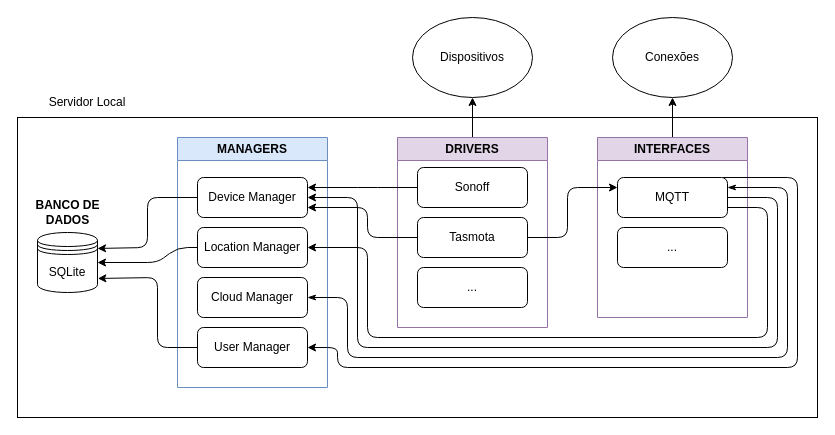
VictorAlicino/tcc_1 keeps this draw.io diagram as architecture/opus_2.drawio. Above is the earlier version. Source tidied: cells renumbered, new cells numbered last; positions are measured from the earlier drawing's top-left corner, leaving out a move shared by most shapes. Both pictures are drawn from the tidied source at 100%, with x=0, y=0 at pixel (17, 17).
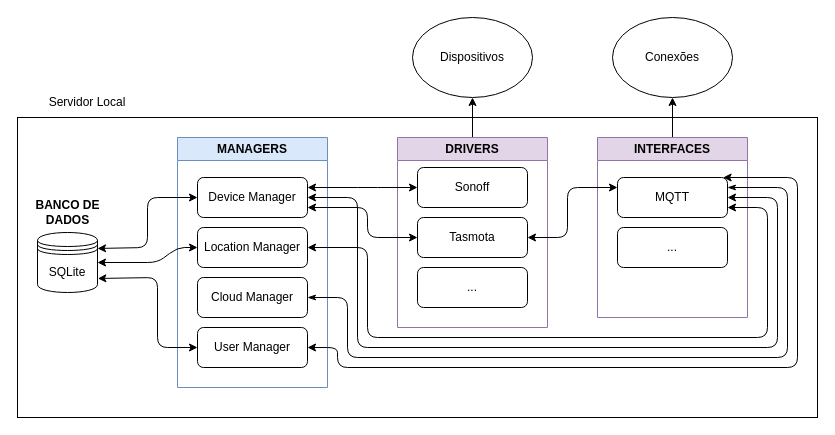
Above is the later version.

Unchanged cells that the change refers to:
```xml
<mxCell id="5" value="Location Manager" style="rounded=1;whiteSpace=wrap;html=1;" parent="4" vertex="1">
  <mxGeometry x="20" y="90" width="110" height="40" as="geometry" />
</mxCell>
<mxCell id="6" value="Device Manager" style="rounded=1;whiteSpace=wrap;html=1;" parent="4" vertex="1">
  <mxGeometry x="20" y="40" width="110" height="40" as="geometry" />
</mxCell>
<mxCell id="8" value="User Manager" style="rounded=1;whiteSpace=wrap;html=1;" parent="4" vertex="1">
  <mxGeometry x="20" y="190" width="110" height="40" as="geometry" />
</mxCell>
<mxCell id="9" value="SQLite" style="shape=datastore;whiteSpace=wrap;html=1;" parent="1" vertex="1">
  <mxGeometry x="20" y="215" width="60" height="60" as="geometry" />
</mxCell>
<mxCell id="12" value="MQTT" style="rounded=1;whiteSpace=wrap;html=1;" parent="11" vertex="1">
  <mxGeometry x="20" y="40" width="110" height="40" as="geometry" />
</mxCell>
<mxCell id="16" value="Sonoff" style="rounded=1;whiteSpace=wrap;html=1;" parent="15" vertex="1">
  <mxGeometry x="20" y="30" width="110" height="40" as="geometry" />
</mxCell>
<mxCell id="17" value="Tasmota" style="rounded=1;whiteSpace=wrap;html=1;" parent="15" vertex="1">
  <mxGeometry x="20" y="80" width="110" height="40" as="geometry" />
</mxCell>
```

The edit, as a diff of the source:
```diff
@@
-    <mxCell id="19" style="edgeStyle=none;html=1;entryX=1.001;entryY=0.266;entryDx=0;entryDy=0;entryPerimeter=0;" parent="1" edge="1" source="6" target="9">
+    <mxCell id="19" style="edgeStyle=none;html=1;entryX=1.001;entryY=0.266;entryDx=0;entryDy=0;entryPerimeter=0;startArrow=classic;startFill=1;" parent="1" edge="1" source="6" target="9">
       <mxGeometry relative="1" as="geometry">
         <Array as="points">
           <mxPoint x="130" y="180" />
           <mxPoint x="130" y="230" />
         </Array>
       </mxGeometry>
     </mxCell>
-    <mxCell id="20" style="edgeStyle=none;html=1;entryX=1;entryY=0.5;entryDx=0;entryDy=0;" parent="1" edge="1" source="5" target="9">
+    <mxCell id="20" style="edgeStyle=none;html=1;entryX=1;entryY=0.5;entryDx=0;entryDy=0;startArrow=classic;startFill=1;" parent="1" edge="1" source="5" target="9">
       <mxGeometry relative="1" as="geometry">
         <Array as="points">
           <mxPoint x="160" y="230" />
           <mxPoint x="140" y="245" />
         </Array>
       </mxGeometry>
     </mxCell>
-    <mxCell id="21" style="edgeStyle=none;html=1;entryX=1.006;entryY=0.766;entryDx=0;entryDy=0;entryPerimeter=0;" parent="1" edge="1" source="8" target="9">
+    <mxCell id="21" style="edgeStyle=none;html=1;entryX=1.006;entryY=0.766;entryDx=0;entryDy=0;entryPerimeter=0;startArrow=classic;startFill=1;" parent="1" edge="1" source="8" target="9">
       <mxGeometry relative="1" as="geometry">
         <Array as="points">
           <mxPoint x="140" y="330" />
           <mxPoint x="140" y="260" />
         </Array>
       </mxGeometry>
     </mxCell>
-    <mxCell id="22" style="edgeStyle=none;html=1;entryX=1;entryY=0.75;entryDx=0;entryDy=0;" parent="1" edge="1" source="17" target="6">
+    <mxCell id="22" style="edgeStyle=none;html=1;entryX=1;entryY=0.75;entryDx=0;entryDy=0;startArrow=classic;startFill=1;" parent="1" edge="1" source="17" target="6">
       <mxGeometry relative="1" as="geometry">
         <Array as="points">
           <mxPoint x="350" y="220" />
           <mxPoint x="350" y="190" />
         </Array>
       </mxGeometry>
     </mxCell>
-    <mxCell id="23" style="edgeStyle=none;html=1;entryX=1;entryY=0.25;entryDx=0;entryDy=0;" parent="1" edge="1" source="16" target="6">
+    <mxCell id="23" style="edgeStyle=none;html=1;entryX=1;entryY=0.25;entryDx=0;entryDy=0;startArrow=classic;startFill=1;" parent="1" edge="1" source="16" target="6">
       <mxGeometry relative="1" as="geometry">
         <Array as="points">
           <mxPoint x="350" y="170" />
         </Array>
       </mxGeometry>
     </mxCell>
-    <mxCell id="24" style="edgeStyle=none;html=1;entryX=0;entryY=0.25;entryDx=0;entryDy=0;" parent="1" edge="1" source="17" target="12">
+    <mxCell id="24" style="edgeStyle=none;html=1;entryX=0;entryY=0.25;entryDx=0;entryDy=0;startArrow=classic;startFill=1;" parent="1" edge="1" source="17" target="12">
       <mxGeometry relative="1" as="geometry">
         <Array as="points">
           <mxPoint x="550" y="220" />
           <mxPoint x="550" y="170" />
         </Array>
       </mxGeometry>
     </mxCell>
-    <mxCell id="25" style="edgeStyle=none;html=1;entryX=1;entryY=0.5;entryDx=0;entryDy=0;exitX=1;exitY=0.5;exitDx=0;exitDy=0;" parent="1" edge="1" source="12" target="6">
+    <mxCell id="25" style="edgeStyle=none;html=1;entryX=1;entryY=0.5;entryDx=0;entryDy=0;exitX=1;exitY=0.5;exitDx=0;exitDy=0;startArrow=classic;startFill=1;" parent="1" edge="1" source="12" target="6">
       <mxGeometry relative="1" as="geometry">
         <Array as="points">
           <mxPoint x="760" y="180" />
           <mxPoint x="760" y="330" />
           <mxPoint x="340" y="330" />
           <mxPoint x="340" y="180" />
         </Array>
       </mxGeometry>
     </mxCell>
-    <mxCell id="26" style="edgeStyle=none;html=1;entryX=1;entryY=0.5;entryDx=0;entryDy=0;exitX=1;exitY=0.75;exitDx=0;exitDy=0;" parent="1" edge="1" source="12" target="5">
+    <mxCell id="26" style="edgeStyle=none;html=1;entryX=1;entryY=0.5;entryDx=0;entryDy=0;exitX=1;exitY=0.75;exitDx=0;exitDy=0;startArrow=classic;startFill=1;" parent="1" edge="1" source="12" target="5">
       <mxGeometry relative="1" as="geometry">
         <Array as="points">
           <mxPoint x="750" y="190" />
           <mxPoint x="750" y="320" />
           <mxPoint x="350" y="320" />
           <mxPoint x="350" y="230" />
         </Array>
       </mxGeometry>
     </mxCell>
@@
-    <mxCell id="28" style="edgeStyle=none;html=1;entryX=1;entryY=0.5;entryDx=0;entryDy=0;exitX=0.96;exitY=0;exitDx=0;exitDy=0;exitPerimeter=0;" parent="1" edge="1" source="12" target="8">
+    <mxCell id="28" style="edgeStyle=none;html=1;entryX=1;entryY=0.5;entryDx=0;entryDy=0;exitX=0.96;exitY=0;exitDx=0;exitDy=0;exitPerimeter=0;startArrow=classic;startFill=1;" parent="1" edge="1" source="12" target="8">
       <mxGeometry relative="1" as="geometry">
         <Array as="points">
           <mxPoint x="780" y="160" />
           <mxPoint x="780" y="350" />
           <mxPoint x="320" y="350" />
           <mxPoint x="320" y="330" />
         </Array>
       </mxGeometry>
     </mxCell>
```
